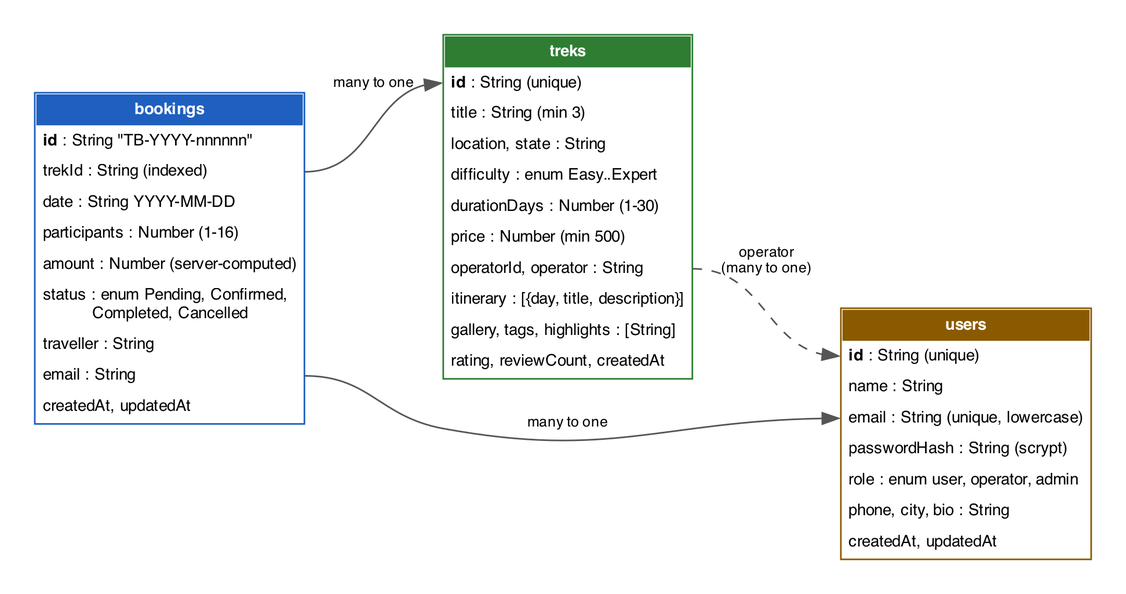
Above: docs/diagrams/schema.png in parth-sharma-10/trekbazaar (Graphviz), before the change. Its source is kept beside it as docs/diagrams/schema.dot. Its diagram source:
```dot
digraph G {
  rankdir=LR; bgcolor=white; pad=0.3; nodesep=0.6;
  node [shape=plain, fontname="Helvetica", fontsize=10];
  edge [fontname="Helvetica", fontsize=9, color="#555555"];
  treks [label=<<table border="1" cellborder="0" cellspacing="0" cellpadding="4" color="#2e7d32">
    <tr><td bgcolor="#2e7d32"><font color="white"><b>treks</b></font></td></tr>
    <tr><td align="left" port="id"><b>id</b> : String (unique)</td></tr>
    <tr><td align="left">title : String (min 3)</td></tr>
    <tr><td align="left">location, state : String</td></tr>
    <tr><td align="left">difficulty : enum Easy..Expert</td></tr>
    <tr><td align="left">durationDays : Number (1-30)</td></tr>
    <tr><td align="left">price : Number (min 500)</td></tr>
    <tr><td align="left" port="op">operatorId, operator : String</td></tr>
    <tr><td align="left">itinerary : [{day, title, description}]</td></tr>
    <tr><td align="left">gallery, tags, highlights : [String]</td></tr>
    <tr><td align="left">rating, reviewCount, createdAt</td></tr></table>>];
  bookings [label=<<table border="1" cellborder="0" cellspacing="0" cellpadding="4" color="#1f5fbf">
    <tr><td bgcolor="#1f5fbf"><font color="white"><b>bookings</b></font></td></tr>
    <tr><td align="left"><b>id</b> : String "TB-YYYY-nnnnnn"</td></tr>
    <tr><td align="left" port="trek">trekId : String (indexed)</td></tr>
    <tr><td align="left">date : String YYYY-MM-DD</td></tr>
    <tr><td align="left">participants : Number (1-16)</td></tr>
    <tr><td align="left">amount : Number (server-computed)</td></tr>
    <tr><td align="left">status : enum Pending, Confirmed,<br align="left"/>  Completed, Cancelled</td></tr>
    <tr><td align="left">traveller : String</td></tr>
    <tr><td align="left" port="email">email : String</td></tr>
    <tr><td align="left">createdAt, updatedAt</td></tr></table>>];
  users [label=<<table border="1" cellborder="0" cellspacing="0" cellpadding="4" color="#8a5a00">
    <tr><td bgcolor="#8a5a00"><font color="white"><b>users</b></font></td></tr>
    <tr><td align="left" port="id"><b>id</b> : String (unique)</td></tr>
    <tr><td align="left">name : String</td></tr>
    <tr><td align="left" port="email">email : String (unique, lowercase)</td></tr>
    <tr><td align="left">passwordHash : String (scrypt)</td></tr>
    <tr><td align="left">role : enum user, operator, admin</td></tr>
    <tr><td align="left">phone, city, bio : String</td></tr>
    <tr><td align="left">createdAt, updatedAt</td></tr></table>>];
  bookings:trek -> treks:id [label="many to one"];
  bookings:email -> users:email [label="many to one"];
  treks:op -> users:id [label="operator\n(many to one)", style=dashed];
}
```
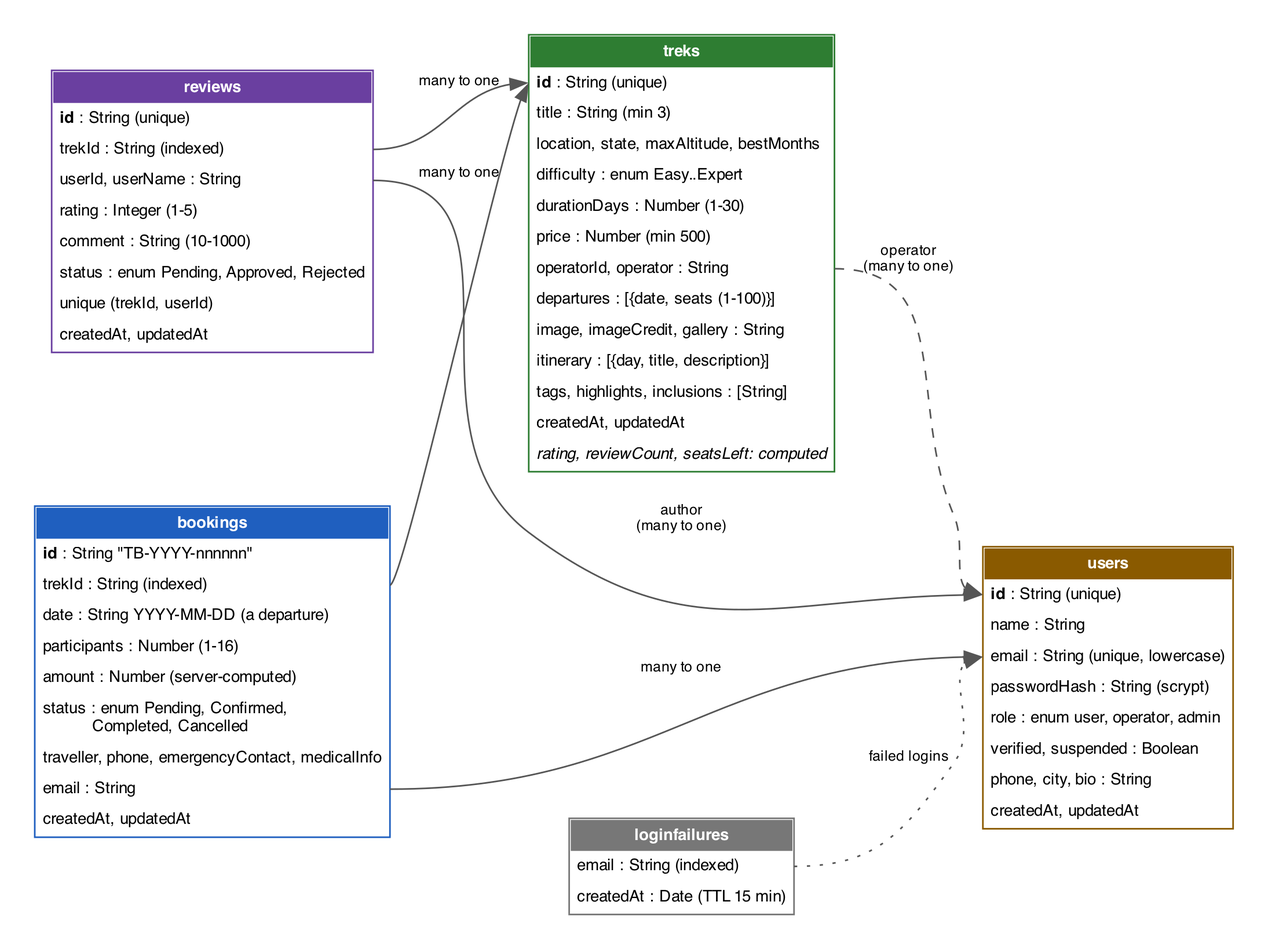
After the commit.

Commit message:
Redraw the architecture, workflow and schema diagrams

What changed in the source:
```diff
@@ -1,28 +1,31 @@
 digraph G {
-  rankdir=LR; bgcolor=white; pad=0.3; nodesep=0.6;
+  rankdir=LR; bgcolor=white; pad=0.3; nodesep=0.5;
   node [shape=plain, fontname="Helvetica", fontsize=10];
   edge [fontname="Helvetica", fontsize=9, color="#555555"];
   treks [label=<<table border="1" cellborder="0" cellspacing="0" cellpadding="4" color="#2e7d32">
     <tr><td bgcolor="#2e7d32"><font color="white"><b>treks</b></font></td></tr>
     <tr><td align="left" port="id"><b>id</b> : String (unique)</td></tr>
     <tr><td align="left">title : String (min 3)</td></tr>
-    <tr><td align="left">location, state : String</td></tr>
+    <tr><td align="left">location, state, maxAltitude, bestMonths</td></tr>
     <tr><td align="left">difficulty : enum Easy..Expert</td></tr>
     <tr><td align="left">durationDays : Number (1-30)</td></tr>
     <tr><td align="left">price : Number (min 500)</td></tr>
     <tr><td align="left" port="op">operatorId, operator : String</td></tr>
+    <tr><td align="left">departures : [{date, seats (1-100)}]</td></tr>
+    <tr><td align="left">image, imageCredit, gallery : String</td></tr>
     <tr><td align="left">itinerary : [{day, title, description}]</td></tr>
-    <tr><td align="left">gallery, tags, highlights : [String]</td></tr>
-    <tr><td align="left">rating, reviewCount, createdAt</td></tr></table>>];
+    <tr><td align="left">tags, highlights, inclusions : [String]</td></tr>
+    <tr><td align="left">createdAt, updatedAt</td></tr>
+    <tr><td align="left"><i>rating, reviewCount, seatsLeft: computed</i></td></tr></table>>];
   bookings [label=<<table border="1" cellborder="0" cellspacing="0" cellpadding="4" color="#1f5fbf">
     <tr><td bgcolor="#1f5fbf"><font color="white"><b>bookings</b></font></td></tr>
     <tr><td align="left"><b>id</b> : String "TB-YYYY-nnnnnn"</td></tr>
     <tr><td align="left" port="trek">trekId : String (indexed)</td></tr>
-    <tr><td align="left">date : String YYYY-MM-DD</td></tr>
+    <tr><td align="left">date : String YYYY-MM-DD (a departure)</td></tr>
     <tr><td align="left">participants : Number (1-16)</td></tr>
     <tr><td align="left">amount : Number (server-computed)</td></tr>
     <tr><td align="left">status : enum Pending, Confirmed,<br align="left"/>  Completed, Cancelled</td></tr>
-    <tr><td align="left">traveller : String</td></tr>
+    <tr><td align="left">traveller, phone, emergencyContact, medicalInfo</td></tr>
     <tr><td align="left" port="email">email : String</td></tr>
     <tr><td align="left">createdAt, updatedAt</td></tr></table>>];
   users [label=<<table border="1" cellborder="0" cellspacing="0" cellpadding="4" color="#8a5a00">
@@ -32,9 +35,27 @@
     <tr><td align="left" port="email">email : String (unique, lowercase)</td></tr>
     <tr><td align="left">passwordHash : String (scrypt)</td></tr>
     <tr><td align="left">role : enum user, operator, admin</td></tr>
+    <tr><td align="left">verified, suspended : Boolean</td></tr>
     <tr><td align="left">phone, city, bio : String</td></tr>
     <tr><td align="left">createdAt, updatedAt</td></tr></table>>];
+  reviews [label=<<table border="1" cellborder="0" cellspacing="0" cellpadding="4" color="#6a3fa0">
+    <tr><td bgcolor="#6a3fa0"><font color="white"><b>reviews</b></font></td></tr>
+    <tr><td align="left"><b>id</b> : String (unique)</td></tr>
+    <tr><td align="left" port="trek">trekId : String (indexed)</td></tr>
+    <tr><td align="left" port="user">userId, userName : String</td></tr>
+    <tr><td align="left">rating : Integer (1-5)</td></tr>
+    <tr><td align="left">comment : String (10-1000)</td></tr>
+    <tr><td align="left">status : enum Pending, Approved, Rejected</td></tr>
+    <tr><td align="left">unique (trekId, userId)</td></tr>
+    <tr><td align="left">createdAt, updatedAt</td></tr></table>>];
+  loginfailures [label=<<table border="1" cellborder="0" cellspacing="0" cellpadding="4" color="#777777">
+    <tr><td bgcolor="#777777"><font color="white"><b>loginfailures</b></font></td></tr>
+    <tr><td align="left" port="email">email : String (indexed)</td></tr>
+    <tr><td align="left">createdAt : Date (TTL 15 min)</td></tr></table>>];
   bookings:trek -> treks:id [label="many to one"];
   bookings:email -> users:email [label="many to one"];
   treks:op -> users:id [label="operator\n(many to one)", style=dashed];
+  reviews:trek -> treks:id [label="many to one"];
+  reviews:user -> users:id [label="author\n(many to one)"];
+  loginfailures:email -> users:email [label="failed logins", style=dotted];
 }
```
